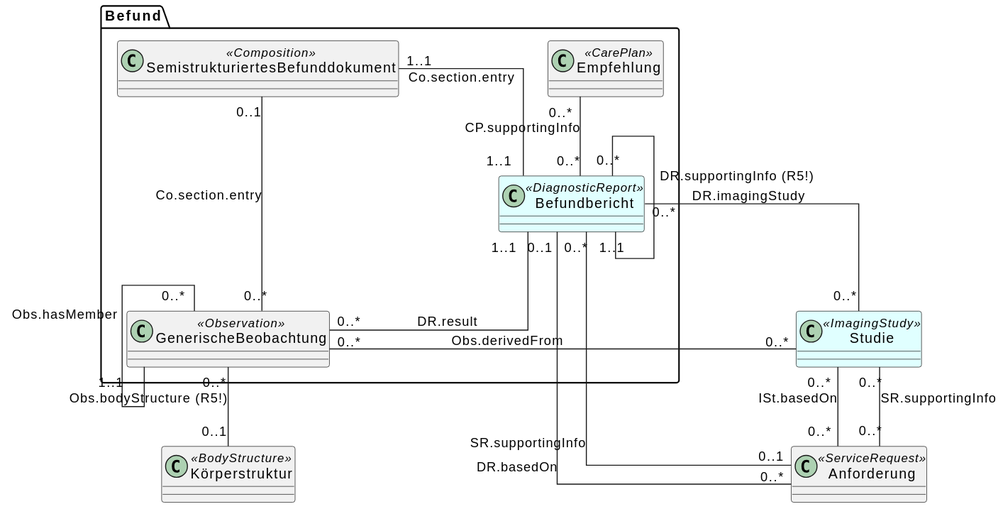
Before: implementation-guides/ImplementationGuide-Common/images/UML_Modul_Bildgebung_Simple.svg, a diagram exported from PlantUML (medizininformatik-initiative/kerndatensatz-bildgebung).
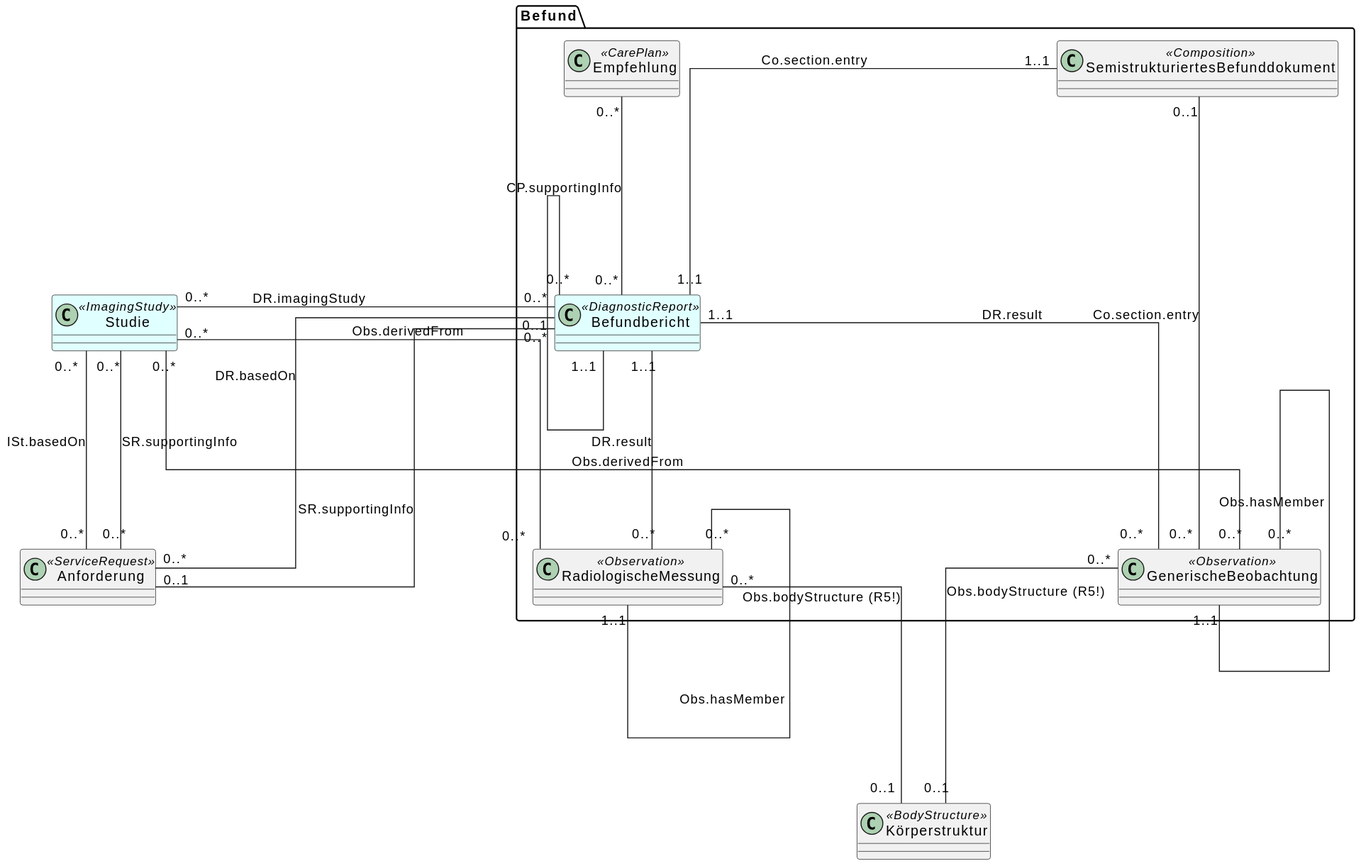
The same diagram one commit later.

What changed in the source:
```diff
@@ -1,7 +1,7 @@
 @startuml
 skinparam Linetype ortho
-skinparam Nodesep 150
-skinparam Ranksep 80
+skinparam Nodesep 380
+skinparam Ranksep 200
 skinparam legendBackgroundColor #white
 
 class Studie <<ImagingStudy>> #LightCyan {}
@@ -17,19 +17,25 @@
 
   class GenerischeBeobachtung <<Observation>> {}
 
+  class RadiologischeMessung <<Observation>> {}
+
   class SemistrukturiertesBefunddokument <<Composition>>{}
 }
 
 Befundbericht "0..1" -- "0..*" Anforderung: DR.basedOn
 Befundbericht "1..1" -- "0..*" GenerischeBeobachtung: DR.result
-Befundbericht "0..*" -- "0..*" Studie: DR.imagingStudy
-Befundbericht "1..1" -u- "0..*" Befundbericht: DR.supportingInfo (R5!)
+Befundbericht "1..1" -- "0..*" RadiologischeMessung: DR.result
+Befundbericht "0..*" -l- "0..*" Studie: DR.imagingStudy
+Befundbericht "1..1" -u- "0..*" Befundbericht
 
 Empfehlung "0..*" -- "0..*" Befundbericht: CP.supportingInfo
 
 GenerischeBeobachtung "0..*" -- "0..1" Körperstruktur: Obs.bodyStructure (R5!)
 GenerischeBeobachtung "1..1" -u- "0..*" GenerischeBeobachtung: Obs.hasMember
 GenerischeBeobachtung "0..*" -- "0..*" Studie: Obs.derivedFrom
+RadiologischeMessung "0..*" -- "0..1" Körperstruktur: Obs.bodyStructure (R5!)
+RadiologischeMessung "1..1" -u- "0..*" RadiologischeMessung: Obs.hasMember
+RadiologischeMessung "0..*" -- "0..*" Studie: Obs.derivedFrom
 
 Studie "0..*" -- "0..*" Anforderung: ISt.basedOn
 
```
